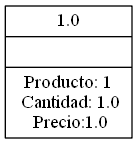
The Graphviz diagram Proyecto_Clase/Factura.png in Eduardo01004/Proyecto_Clase_EDD, before a commit. Its source is kept beside it as Proyecto_Clase/Factura.dot.
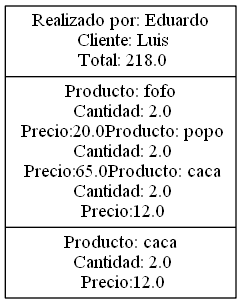
After the commit.

Diff of the diagram source:
```diff
@@ -2,6 +2,9 @@
 node [shape= record, width=.1,height=.1];
 
 nodeTable [label = "
-1.0||Producto: 1&#92;n Cantidad: 1.0&#92;n Precio:1.0
+Realizado por: Eduardo&#92;n Cliente: Luis&#92;n Total: 218.0|Producto: fofo&#92;n Cantidad: 2.0&#92;n Precio:20.0
+Producto: popo&#92;n Cantidad: 2.0&#92;n Precio:65.0
+Producto: caca&#92;n Cantidad: 2.0&#92;n Precio:12.0
+|Producto: caca&#92;n Cantidad: 2.0&#92;n Precio:12.0
 "];
 }
```
